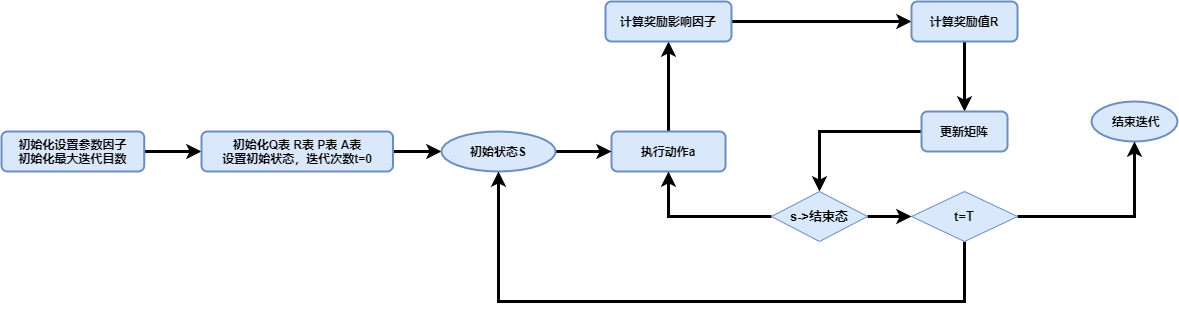
Above: 流程图.png in 2263464120/2263464120 (draw.io), before the change. Source tidied: cells renumbered, new cells last; positions are measured from the earlier drawing's top-left corner, leaving out a move shared by most shapes. Source of this version:
```xml
<mxGraphModel>
  <root>
    <mxCell id="0" />
    <mxCell id="1" parent="0" />
    <mxCell id="2" style="edgeStyle=orthogonalEdgeStyle;rounded=0;jettySize=auto;html=1;entryX=0;entryY=0.5;entryDx=0;entryDy=0;fontSize=13;strokeWidth=3;" parent="1" edge="1" source="3" target="5">
      <mxGeometry relative="1" as="geometry" />
    </mxCell>
    <mxCell id="3" value="&lt;b&gt;初始化设置参数因子&lt;br&gt;&lt;/b&gt;&lt;b&gt;初始化最大迭代目数&lt;/b&gt;&lt;b&gt;&lt;br&gt;&lt;/b&gt;" style="rounded=1;whiteSpace=wrap;html=1;fillColor=#dae8fc;strokeColor=#6c8ebf;strokeWidth=2;" parent="1" vertex="1">
      <mxGeometry y="130" width="142.8" height="40" as="geometry" />
    </mxCell>
    <mxCell id="4" style="edgeStyle=orthogonalEdgeStyle;rounded=0;jettySize=auto;html=1;exitX=1;exitY=0.5;exitDx=0;exitDy=0;entryX=0;entryY=0.5;entryDx=0;entryDy=0;fontSize=13;strokeWidth=3;" parent="1" edge="1" source="5" target="15">
      <mxGeometry relative="1" as="geometry" />
    </mxCell>
    <mxCell id="5" value="&lt;b&gt;初始化Q表 R表 P表 A表&lt;br&gt;&lt;/b&gt;&lt;b&gt;设置初始状态，迭代次数t=0&lt;br&gt;&lt;/b&gt;" style="rounded=1;whiteSpace=wrap;html=1;fillColor=#dae8fc;strokeColor=#6c8ebf;strokeWidth=2;" parent="1" vertex="1">
      <mxGeometry x="200" y="130" width="191.5" height="40" as="geometry" />
    </mxCell>
    <mxCell id="6" style="edgeStyle=orthogonalEdgeStyle;rounded=0;jettySize=auto;html=1;fontSize=13;strokeWidth=3;" parent="1" edge="1" source="7" target="9">
      <mxGeometry relative="1" as="geometry" />
    </mxCell>
    <mxCell id="7" value="&lt;b&gt;执行动作a&lt;/b&gt;" style="rounded=1;whiteSpace=wrap;html=1;fillColor=#dae8fc;strokeColor=#6c8ebf;strokeWidth=2;" parent="1" vertex="1">
      <mxGeometry x="610" y="130" width="114" height="40" as="geometry" />
    </mxCell>
    <mxCell id="8" style="edgeStyle=orthogonalEdgeStyle;rounded=0;jettySize=auto;html=1;entryX=0;entryY=0.5;entryDx=0;entryDy=0;fontSize=13;strokeWidth=3;" parent="1" edge="1" source="9" target="11">
      <mxGeometry relative="1" as="geometry" />
    </mxCell>
    <mxCell id="9" value="&lt;b&gt;计算奖励影响因子&lt;/b&gt;" style="rounded=1;whiteSpace=wrap;html=1;fillColor=#dae8fc;strokeColor=#6c8ebf;strokeWidth=2;" parent="1" vertex="1">
      <mxGeometry x="604" width="126" height="40" as="geometry" />
    </mxCell>
    <mxCell id="10" style="edgeStyle=orthogonalEdgeStyle;rounded=0;jettySize=auto;html=1;exitX=0.5;exitY=1;exitDx=0;exitDy=0;entryX=0.5;entryY=0;entryDx=0;entryDy=0;fontSize=13;strokeWidth=3;" parent="1" edge="1" source="11" target="13">
      <mxGeometry relative="1" as="geometry" />
    </mxCell>
    <mxCell id="11" value="&lt;b&gt;计算奖励值R&lt;/b&gt;" style="rounded=1;whiteSpace=wrap;html=1;fillColor=#dae8fc;strokeColor=#6c8ebf;strokeWidth=2;" parent="1" vertex="1">
      <mxGeometry x="910" width="106" height="40" as="geometry" />
    </mxCell>
    <mxCell id="12" style="edgeStyle=orthogonalEdgeStyle;rounded=0;jettySize=auto;html=1;entryX=0.5;entryY=0;entryDx=0;entryDy=0;fontSize=13;strokeWidth=3;" parent="1" edge="1" source="13" target="22">
      <mxGeometry relative="1" as="geometry" />
    </mxCell>
    <mxCell id="13" value="&lt;b&gt;更新矩阵&lt;/b&gt;" style="rounded=1;whiteSpace=wrap;html=1;fillColor=#dae8fc;strokeColor=#6c8ebf;strokeWidth=2;" parent="1" vertex="1">
      <mxGeometry x="920" y="110" width="86" height="40" as="geometry" />
    </mxCell>
    <mxCell id="14" style="edgeStyle=orthogonalEdgeStyle;rounded=0;jettySize=auto;html=1;entryX=0;entryY=0.5;entryDx=0;entryDy=0;fontSize=13;strokeWidth=3;" parent="1" edge="1" source="15" target="7">
      <mxGeometry relative="1" as="geometry" />
    </mxCell>
    <mxCell id="15" value="&lt;b&gt;初始状态S&lt;/b&gt;" style="ellipse;whiteSpace=wrap;html=1;fontFamily=Helvetica;fontSize=12;fontColor=#000000;align=center;strokeColor=#6c8ebf;strokeWidth=2;fillColor=#dae8fc;" parent="1" vertex="1">
      <mxGeometry x="440" y="130" width="114" height="40" as="geometry" />
    </mxCell>
    <mxCell id="16" value="&lt;b&gt;&amp;nbsp;结束迭代&lt;/b&gt;" style="ellipse;whiteSpace=wrap;html=1;fontFamily=Helvetica;fontSize=12;fontColor=#000000;align=center;strokeColor=#6c8ebf;strokeWidth=2;fillColor=#dae8fc;" parent="1" vertex="1">
      <mxGeometry x="1090" y="100" width="86" height="40" as="geometry" />
    </mxCell>
    <mxCell id="17" style="edgeStyle=orthogonalEdgeStyle;rounded=0;jettySize=auto;html=1;entryX=0.5;entryY=1;entryDx=0;entryDy=0;fontSize=13;strokeWidth=3;" parent="1" edge="1" source="19" target="15">
      <mxGeometry relative="1" as="geometry">
        <Array as="points">
          <mxPoint x="963" y="300" />
          <mxPoint x="497" y="300" />
        </Array>
      </mxGeometry>
    </mxCell>
    <mxCell id="18" style="edgeStyle=orthogonalEdgeStyle;rounded=0;jettySize=auto;html=1;exitX=1;exitY=0.5;exitDx=0;exitDy=0;entryX=0.5;entryY=1;entryDx=0;entryDy=0;fontSize=13;strokeWidth=3;" parent="1" edge="1" source="19" target="16">
      <mxGeometry relative="1" as="geometry" />
    </mxCell>
    <mxCell id="19" value="&lt;b&gt;&lt;font style=&quot;font-size: 13px&quot;&gt;t=T&lt;/font&gt;&lt;/b&gt;" style="rhombus;whiteSpace=wrap;html=1;fillColor=#dae8fc;strokeColor=#6c8ebf;" parent="1" vertex="1">
      <mxGeometry x="910" y="190" width="106" height="50" as="geometry" />
    </mxCell>
    <mxCell id="20" style="edgeStyle=orthogonalEdgeStyle;rounded=0;jettySize=auto;html=1;entryX=0;entryY=0.5;entryDx=0;entryDy=0;fontSize=13;strokeWidth=3;" parent="1" edge="1" source="22" target="19">
      <mxGeometry relative="1" as="geometry" />
    </mxCell>
    <mxCell id="21" style="edgeStyle=orthogonalEdgeStyle;rounded=0;jettySize=auto;html=1;entryX=0.5;entryY=1;entryDx=0;entryDy=0;fontSize=13;strokeWidth=3;" parent="1" edge="1" source="22" target="7">
      <mxGeometry relative="1" as="geometry" />
    </mxCell>
    <mxCell id="22" value="&lt;b&gt;&lt;font style=&quot;font-size: 13px&quot;&gt;s-&amp;gt;结束态&lt;/font&gt;&lt;/b&gt;" style="rhombus;whiteSpace=wrap;html=1;fillColor=#dae8fc;strokeColor=#6c8ebf;" parent="1" vertex="1">
      <mxGeometry x="770" y="190" width="96" height="50" as="geometry" />
    </mxCell>
  </root>
</mxGraphModel>
```
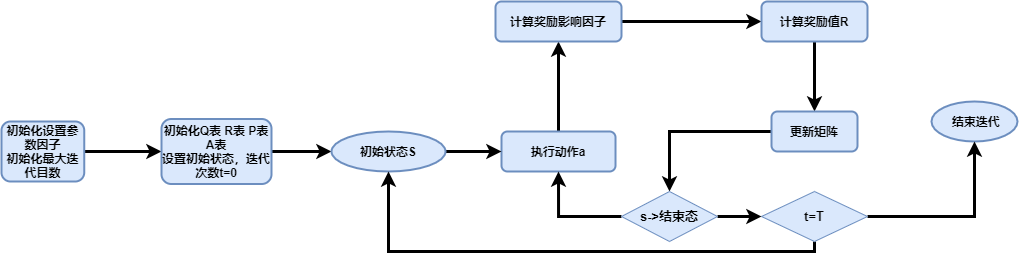
Above is the later version.

What changed in the source:
```diff
@@ -6,13 +6,13 @@
       <mxGeometry relative="1" as="geometry" />
     </mxCell>
     <mxCell id="3" value="&lt;b&gt;初始化设置参数因子&lt;br&gt;&lt;/b&gt;&lt;b&gt;初始化最大迭代目数&lt;/b&gt;&lt;b&gt;&lt;br&gt;&lt;/b&gt;" style="rounded=1;whiteSpace=wrap;html=1;fillColor=#dae8fc;strokeColor=#6c8ebf;strokeWidth=2;" parent="1" vertex="1">
-      <mxGeometry y="130" width="142.8" height="40" as="geometry" />
+      <mxGeometry x="110" y="120" width="82.8" height="60" as="geometry" />
     </mxCell>
     <mxCell id="4" style="edgeStyle=orthogonalEdgeStyle;rounded=0;jettySize=auto;html=1;exitX=1;exitY=0.5;exitDx=0;exitDy=0;entryX=0;entryY=0.5;entryDx=0;entryDy=0;fontSize=13;strokeWidth=3;" parent="1" edge="1" source="5" target="15">
       <mxGeometry relative="1" as="geometry" />
     </mxCell>
-    <mxCell id="5" value="&lt;b&gt;初始化Q表 R表 P表 A表&lt;br&gt;&lt;/b&gt;&lt;b&gt;设置初始状态，迭代次数t=0&lt;br&gt;&lt;/b&gt;" style="rounded=1;whiteSpace=wrap;html=1;fillColor=#dae8fc;strokeColor=#6c8ebf;strokeWidth=2;" parent="1" vertex="1">
-      <mxGeometry x="200" y="130" width="191.5" height="40" as="geometry" />
+    <mxCell id="5" value="&lt;b&gt;&lt;font style=&quot;font-size: 12px&quot;&gt;初始化Q表 R表 P表 A表&lt;br&gt;&lt;/font&gt;&lt;/b&gt;&lt;b&gt;&lt;font style=&quot;font-size: 12px&quot;&gt;设置初始状态，迭代次数t=0&lt;/font&gt;&lt;br&gt;&lt;/b&gt;" style="rounded=1;whiteSpace=wrap;html=1;fillColor=#dae8fc;strokeColor=#6c8ebf;strokeWidth=2;" parent="1" vertex="1">
+      <mxGeometry x="270" y="117.5" width="110" height="65" as="geometry" />
     </mxCell>
     <mxCell id="6" style="edgeStyle=orthogonalEdgeStyle;rounded=0;jettySize=auto;html=1;fontSize=13;strokeWidth=3;" parent="1" edge="1" source="7" target="9">
       <mxGeometry relative="1" as="geometry" />
@@ -30,13 +30,13 @@
       <mxGeometry relative="1" as="geometry" />
     </mxCell>
     <mxCell id="11" value="&lt;b&gt;计算奖励值R&lt;/b&gt;" style="rounded=1;whiteSpace=wrap;html=1;fillColor=#dae8fc;strokeColor=#6c8ebf;strokeWidth=2;" parent="1" vertex="1">
-      <mxGeometry x="910" width="106" height="40" as="geometry" />
+      <mxGeometry x="870" width="106" height="40" as="geometry" />
     </mxCell>
     <mxCell id="12" style="edgeStyle=orthogonalEdgeStyle;rounded=0;jettySize=auto;html=1;entryX=0.5;entryY=0;entryDx=0;entryDy=0;fontSize=13;strokeWidth=3;" parent="1" edge="1" source="13" target="22">
       <mxGeometry relative="1" as="geometry" />
     </mxCell>
     <mxCell id="13" value="&lt;b&gt;更新矩阵&lt;/b&gt;" style="rounded=1;whiteSpace=wrap;html=1;fillColor=#dae8fc;strokeColor=#6c8ebf;strokeWidth=2;" parent="1" vertex="1">
-      <mxGeometry x="920" y="110" width="86" height="40" as="geometry" />
+      <mxGeometry x="880" y="110" width="86" height="40" as="geometry" />
     </mxCell>
     <mxCell id="14" style="edgeStyle=orthogonalEdgeStyle;rounded=0;jettySize=auto;html=1;entryX=0;entryY=0.5;entryDx=0;entryDy=0;fontSize=13;strokeWidth=3;" parent="1" edge="1" source="15" target="7">
       <mxGeometry relative="1" as="geometry" />
@@ -45,21 +45,21 @@
       <mxGeometry x="440" y="130" width="114" height="40" as="geometry" />
     </mxCell>
     <mxCell id="16" value="&lt;b&gt;&amp;nbsp;结束迭代&lt;/b&gt;" style="ellipse;whiteSpace=wrap;html=1;fontFamily=Helvetica;fontSize=12;fontColor=#000000;align=center;strokeColor=#6c8ebf;strokeWidth=2;fillColor=#dae8fc;" parent="1" vertex="1">
-      <mxGeometry x="1090" y="100" width="86" height="40" as="geometry" />
+      <mxGeometry x="1040" y="100" width="86" height="40" as="geometry" />
     </mxCell>
+    <mxCell id="18" style="edgeStyle=orthogonalEdgeStyle;rounded=0;jettySize=auto;html=1;exitX=1;exitY=0.5;exitDx=0;exitDy=0;entryX=0.5;entryY=1;entryDx=0;entryDy=0;fontSize=13;strokeWidth=3;" parent="1" edge="1" source="19" target="16">
+      <mxGeometry relative="1" as="geometry" />
+    </mxCell>
     <mxCell id="17" style="edgeStyle=orthogonalEdgeStyle;rounded=0;jettySize=auto;html=1;entryX=0.5;entryY=1;entryDx=0;entryDy=0;fontSize=13;strokeWidth=3;" parent="1" edge="1" source="19" target="15">
       <mxGeometry relative="1" as="geometry">
         <Array as="points">
-          <mxPoint x="963" y="300" />
-          <mxPoint x="497" y="300" />
+          <mxPoint x="923" y="250" />
+          <mxPoint x="497" y="250" />
         </Array>
       </mxGeometry>
     </mxCell>
-    <mxCell id="18" style="edgeStyle=orthogonalEdgeStyle;rounded=0;jettySize=auto;html=1;exitX=1;exitY=0.5;exitDx=0;exitDy=0;entryX=0.5;entryY=1;entryDx=0;entryDy=0;fontSize=13;strokeWidth=3;" parent="1" edge="1" source="19" target="16">
-      <mxGeometry relative="1" as="geometry" />
-    </mxCell>
     <mxCell id="19" value="&lt;b&gt;&lt;font style=&quot;font-size: 13px&quot;&gt;t=T&lt;/font&gt;&lt;/b&gt;" style="rhombus;whiteSpace=wrap;html=1;fillColor=#dae8fc;strokeColor=#6c8ebf;" parent="1" vertex="1">
-      <mxGeometry x="910" y="190" width="106" height="50" as="geometry" />
+      <mxGeometry x="870" y="190" width="106" height="50" as="geometry" />
     </mxCell>
     <mxCell id="20" style="edgeStyle=orthogonalEdgeStyle;rounded=0;jettySize=auto;html=1;entryX=0;entryY=0.5;entryDx=0;entryDy=0;fontSize=13;strokeWidth=3;" parent="1" edge="1" source="22" target="19">
       <mxGeometry relative="1" as="geometry" />
@@ -68,7 +68,7 @@
       <mxGeometry relative="1" as="geometry" />
     </mxCell>
     <mxCell id="22" value="&lt;b&gt;&lt;font style=&quot;font-size: 13px&quot;&gt;s-&amp;gt;结束态&lt;/font&gt;&lt;/b&gt;" style="rhombus;whiteSpace=wrap;html=1;fillColor=#dae8fc;strokeColor=#6c8ebf;" parent="1" vertex="1">
-      <mxGeometry x="770" y="190" width="96" height="50" as="geometry" />
+      <mxGeometry x="730" y="190" width="96" height="50" as="geometry" />
     </mxCell>
   </root>
 </mxGraphModel>
```
